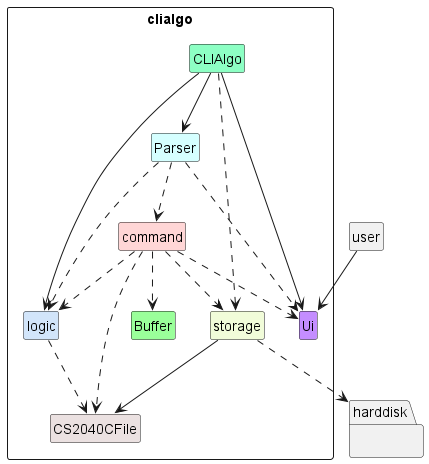
The PlantUML diagram docs/class-diagrams/diagrams/ArchitectureDiagram.png in ong-ck/tp, before a commit.
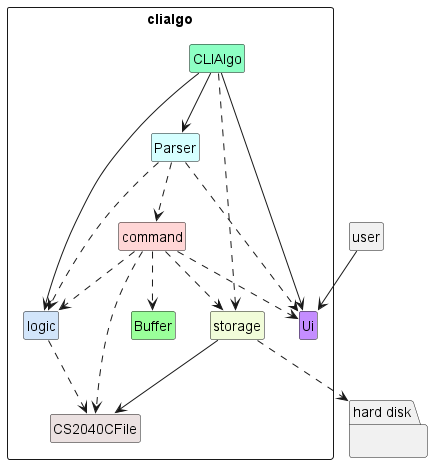
Above is the later version.

Diff of the diagram source:
```diff
@@ -32,7 +32,7 @@
     class CS2040CFile CS2040CFile_STYLE {
     }
 }
-package harddisk {
+package "hard disk" {
 }
 user --> Ui
 CLIAlgo --> Ui
@@ -42,7 +42,7 @@
 Parser ..> Ui
 Parser ..> logic
 Parser ..> command
-storage ..> harddisk
+storage ..> "hard disk"
 storage --> CS2040CFile
 command ..> Ui
 command ..> logic
```
